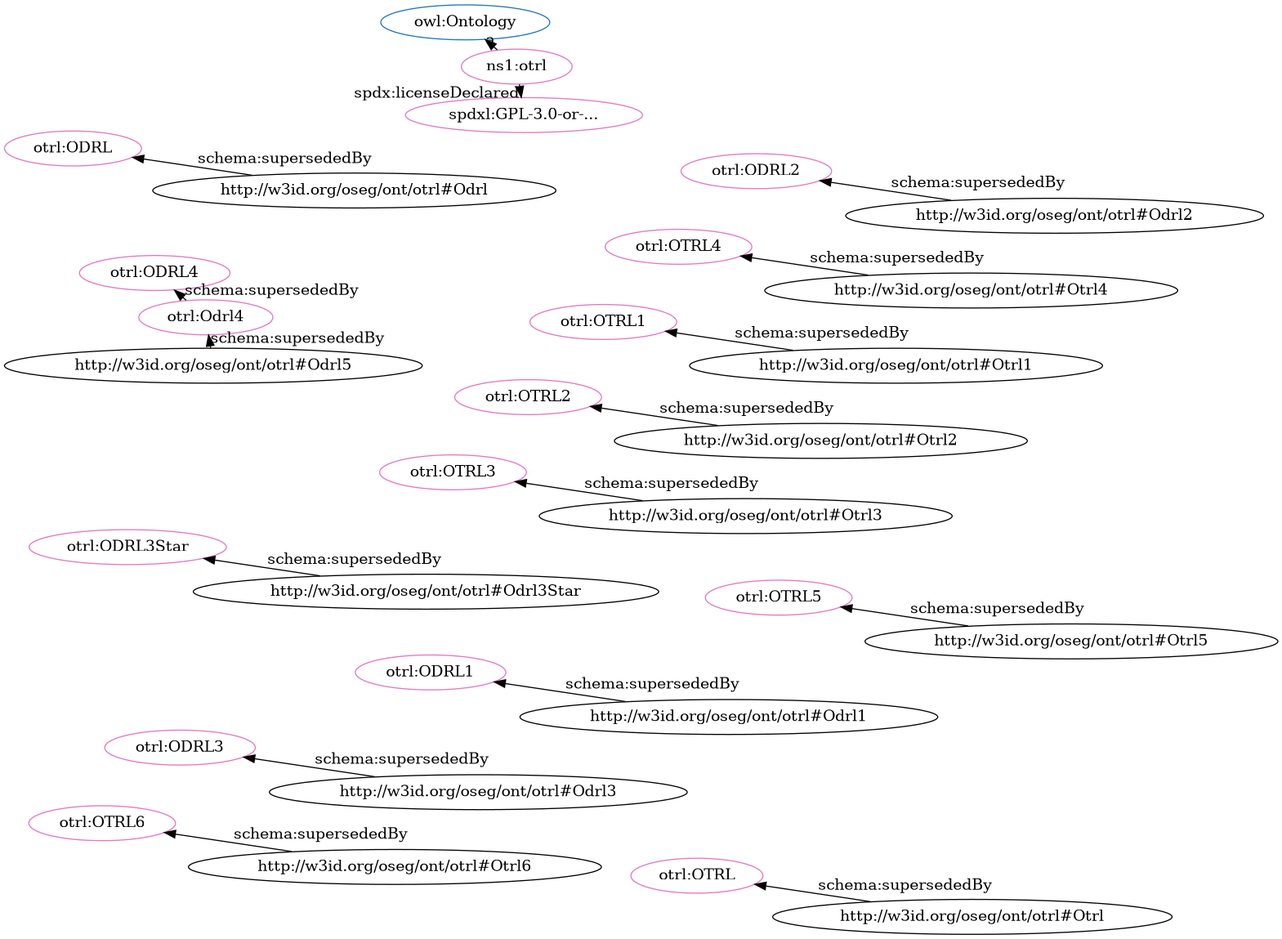
iop-alliance/OpenKnowHow keeps this Graphviz diagram as src/spec/fdp_otrl_deprecated.png. Above is the earlier version. Its source is kept beside it as src/spec/fdp_otrl_deprecated.dot.
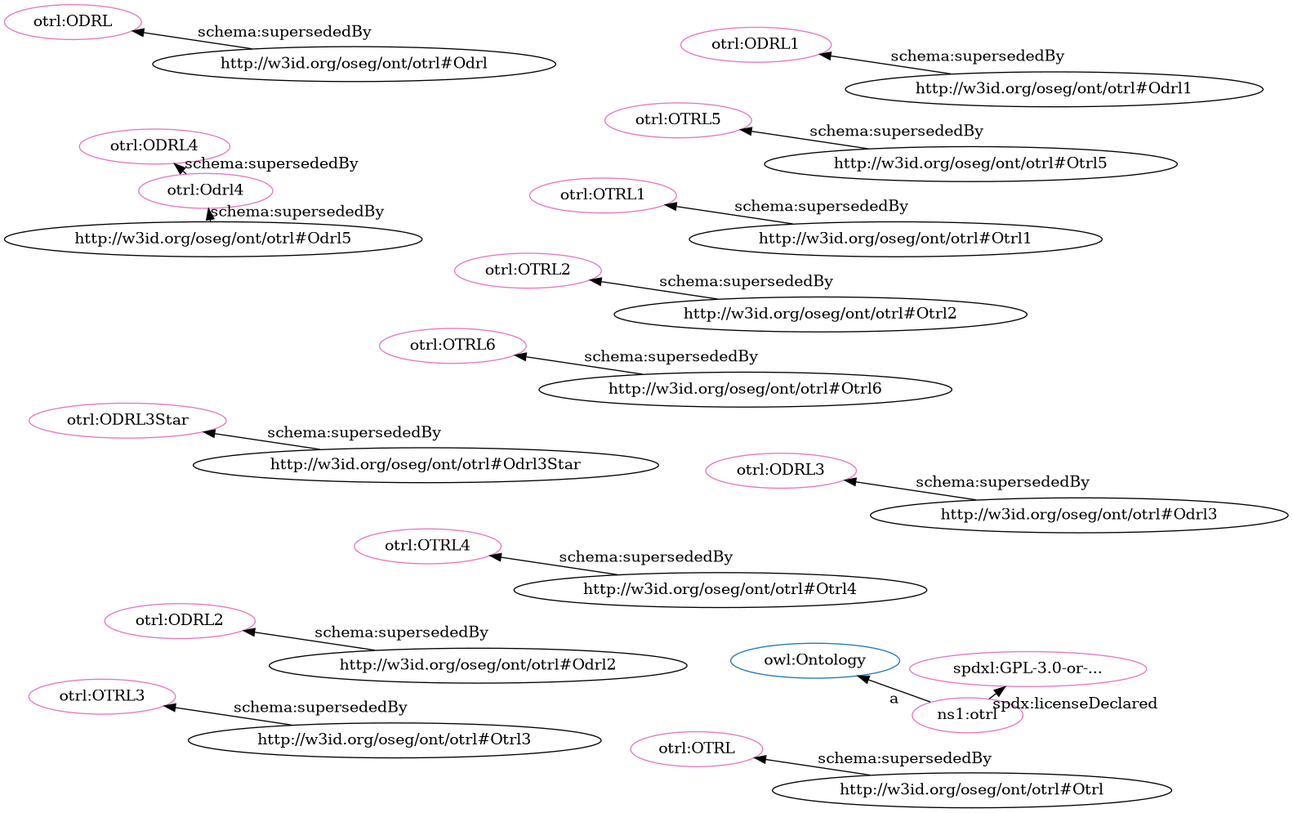
The same file after the commit.

Diff of the diagram source:
```diff
@@ -2,36 +2,36 @@
   rankdir=BT
   node[height=.3]
 "http://www.w3.org/2002/07/owl#Ontology" [fillcolor="#1f77b4" color="#1f77b4" label="owl:Ontology"]
-"http://w3id.org/oseg/ont/otrl#OTRL3" [fillcolor="#e377c2" color="#e377c2" label="otrl:OTRL3"]
+"http://spdx.org/licenses/GPL-3.0-or-later" [fillcolor="#e377c2" color="#e377c2" label="spdxl:GPL-3.0-or-..."]
+"http://w3id.org/oseg/ont/otrl#OTRL6" [fillcolor="#e377c2" color="#e377c2" label="otrl:OTRL6"]
+"http://w3id.org/oseg/ont/otrl#ODRL4" [fillcolor="#e377c2" color="#e377c2" label="otrl:ODRL4"]
+"http://w3id.org/oseg/ont/otrl#Odrl4" [fillcolor="#e377c2" color="#e377c2" label="otrl:Odrl4"]
 "http://w3id.org/oseg/ont/otrl#OTRL2" [fillcolor="#e377c2" color="#e377c2" label="otrl:OTRL2"]
-"http://w3id.org/oseg/ont/otrl#ODRL1" [fillcolor="#e377c2" color="#e377c2" label="otrl:ODRL1"]
-"http://w3id.org/oseg/ont/otrl" [fillcolor="#e377c2" color="#e377c2" label="ns1:otrl"]
-"http://w3id.org/oseg/ont/otrl#OTRL1" [fillcolor="#e377c2" color="#e377c2" label="otrl:OTRL1"]
-"http://w3id.org/oseg/ont/otrl#ODRL4" [fillcolor="#e377c2" color="#e377c2" label="otrl:ODRL4"]
 "http://w3id.org/oseg/ont/otrl#OTRL4" [fillcolor="#e377c2" color="#e377c2" label="otrl:OTRL4"]
 "http://w3id.org/oseg/ont/otrl#ODRL" [fillcolor="#e377c2" color="#e377c2" label="otrl:ODRL"]
+"http://w3id.org/oseg/ont/otrl#OTRL" [fillcolor="#e377c2" color="#e377c2" label="otrl:OTRL"]
+"http://w3id.org/oseg/ont/otrl#OTRL1" [fillcolor="#e377c2" color="#e377c2" label="otrl:OTRL1"]
+"http://w3id.org/oseg/ont/otrl" [fillcolor="#e377c2" color="#e377c2" label="ns1:otrl"]
+"http://w3id.org/oseg/ont/otrl#ODRL3Star" [fillcolor="#e377c2" color="#e377c2" label="otrl:ODRL3Star"]
+"http://w3id.org/oseg/ont/otrl#OTRL5" [fillcolor="#e377c2" color="#e377c2" label="otrl:OTRL5"]
+"http://w3id.org/oseg/ont/otrl#ODRL2" [fillcolor="#e377c2" color="#e377c2" label="otrl:ODRL2"]
+"http://w3id.org/oseg/ont/otrl#ODRL1" [fillcolor="#e377c2" color="#e377c2" label="otrl:ODRL1"]
+"http://w3id.org/oseg/ont/otrl#OTRL3" [fillcolor="#e377c2" color="#e377c2" label="otrl:OTRL3"]
 "http://w3id.org/oseg/ont/otrl#ODRL3" [fillcolor="#e377c2" color="#e377c2" label="otrl:ODRL3"]
-"http://w3id.org/oseg/ont/otrl#ODRL2" [fillcolor="#e377c2" color="#e377c2" label="otrl:ODRL2"]
-"http://w3id.org/oseg/ont/otrl#ODRL3Star" [fillcolor="#e377c2" color="#e377c2" label="otrl:ODRL3Star"]
-"http://w3id.org/oseg/ont/otrl#OTRL" [fillcolor="#e377c2" color="#e377c2" label="otrl:OTRL"]
-"http://w3id.org/oseg/ont/otrl#OTRL6" [fillcolor="#e377c2" color="#e377c2" label="otrl:OTRL6"]
-"http://spdx.org/licenses/GPL-3.0-or-later" [fillcolor="#e377c2" color="#e377c2" label="spdxl:GPL-3.0-or-..."]
-"http://w3id.org/oseg/ont/otrl#OTRL5" [fillcolor="#e377c2" color="#e377c2" label="otrl:OTRL5"]
-"http://w3id.org/oseg/ont/otrl#Odrl4" [fillcolor="#e377c2" color="#e377c2" label="otrl:Odrl4"]
-  "http://w3id.org/oseg/ont/otrl#Otrl3" -> "http://w3id.org/oseg/ont/otrl#OTRL3" [label="schema:supersededBy"]
+  "http://w3id.org/oseg/ont/otrl" -> "http://spdx.org/licenses/GPL-3.0-or-later" [label="spdx:licenseDeclared"]
+  "http://w3id.org/oseg/ont/otrl#Otrl6" -> "http://w3id.org/oseg/ont/otrl#OTRL6" [label="schema:supersededBy"]
   "http://w3id.org/oseg/ont/otrl#Otrl2" -> "http://w3id.org/oseg/ont/otrl#OTRL2" [label="schema:supersededBy"]
-  "http://w3id.org/oseg/ont/otrl#Odrl1" -> "http://w3id.org/oseg/ont/otrl#ODRL1" [label="schema:supersededBy"]
-  "http://w3id.org/oseg/ont/otrl" -> "http://www.w3.org/2002/07/owl#Ontology" [label="a"]
-  "http://w3id.org/oseg/ont/otrl#Otrl1" -> "http://w3id.org/oseg/ont/otrl#OTRL1" [label="schema:supersededBy"]
   "http://w3id.org/oseg/ont/otrl#Odrl4" -> "http://w3id.org/oseg/ont/otrl#ODRL4" [label="schema:supersededBy"]
-  "http://w3id.org/oseg/ont/otrl#Odrl" -> "http://w3id.org/oseg/ont/otrl#ODRL" [label="schema:supersededBy"]
-  "http://w3id.org/oseg/ont/otrl#Odrl3" -> "http://w3id.org/oseg/ont/otrl#ODRL3" [label="schema:supersededBy"]
-  "http://w3id.org/oseg/ont/otrl#Odrl2" -> "http://w3id.org/oseg/ont/otrl#ODRL2" [label="schema:supersededBy"]
-  "http://w3id.org/oseg/ont/otrl#Odrl3Star" -> "http://w3id.org/oseg/ont/otrl#ODRL3Star" [label="schema:supersededBy"]
-  "http://w3id.org/oseg/ont/otrl#Otrl" -> "http://w3id.org/oseg/ont/otrl#OTRL" [label="schema:supersededBy"]
-  "http://w3id.org/oseg/ont/otrl#Otrl6" -> "http://w3id.org/oseg/ont/otrl#OTRL6" [label="schema:supersededBy"]
-  "http://w3id.org/oseg/ont/otrl" -> "http://spdx.org/licenses/GPL-3.0-or-later" [label="spdx:licenseDeclared"]
-  "http://w3id.org/oseg/ont/otrl#Otrl5" -> "http://w3id.org/oseg/ont/otrl#OTRL5" [label="schema:supersededBy"]
   "http://w3id.org/oseg/ont/otrl#Odrl5" -> "http://w3id.org/oseg/ont/otrl#Odrl4" [label="schema:supersededBy"]
   "http://w3id.org/oseg/ont/otrl#Otrl4" -> "http://w3id.org/oseg/ont/otrl#OTRL4" [label="schema:supersededBy"]
+  "http://w3id.org/oseg/ont/otrl#Odrl" -> "http://w3id.org/oseg/ont/otrl#ODRL" [label="schema:supersededBy"]
+  "http://w3id.org/oseg/ont/otrl#Otrl" -> "http://w3id.org/oseg/ont/otrl#OTRL" [label="schema:supersededBy"]
+  "http://w3id.org/oseg/ont/otrl#Otrl1" -> "http://w3id.org/oseg/ont/otrl#OTRL1" [label="schema:supersededBy"]
+  "http://w3id.org/oseg/ont/otrl" -> "http://www.w3.org/2002/07/owl#Ontology" [label="a"]
+  "http://w3id.org/oseg/ont/otrl#Odrl3Star" -> "http://w3id.org/oseg/ont/otrl#ODRL3Star" [label="schema:supersededBy"]
+  "http://w3id.org/oseg/ont/otrl#Otrl5" -> "http://w3id.org/oseg/ont/otrl#OTRL5" [label="schema:supersededBy"]
+  "http://w3id.org/oseg/ont/otrl#Odrl2" -> "http://w3id.org/oseg/ont/otrl#ODRL2" [label="schema:supersededBy"]
+  "http://w3id.org/oseg/ont/otrl#Odrl1" -> "http://w3id.org/oseg/ont/otrl#ODRL1" [label="schema:supersededBy"]
+  "http://w3id.org/oseg/ont/otrl#Otrl3" -> "http://w3id.org/oseg/ont/otrl#OTRL3" [label="schema:supersededBy"]
+  "http://w3id.org/oseg/ont/otrl#Odrl3" -> "http://w3id.org/oseg/ont/otrl#ODRL3" [label="schema:supersededBy"]
 }
```
